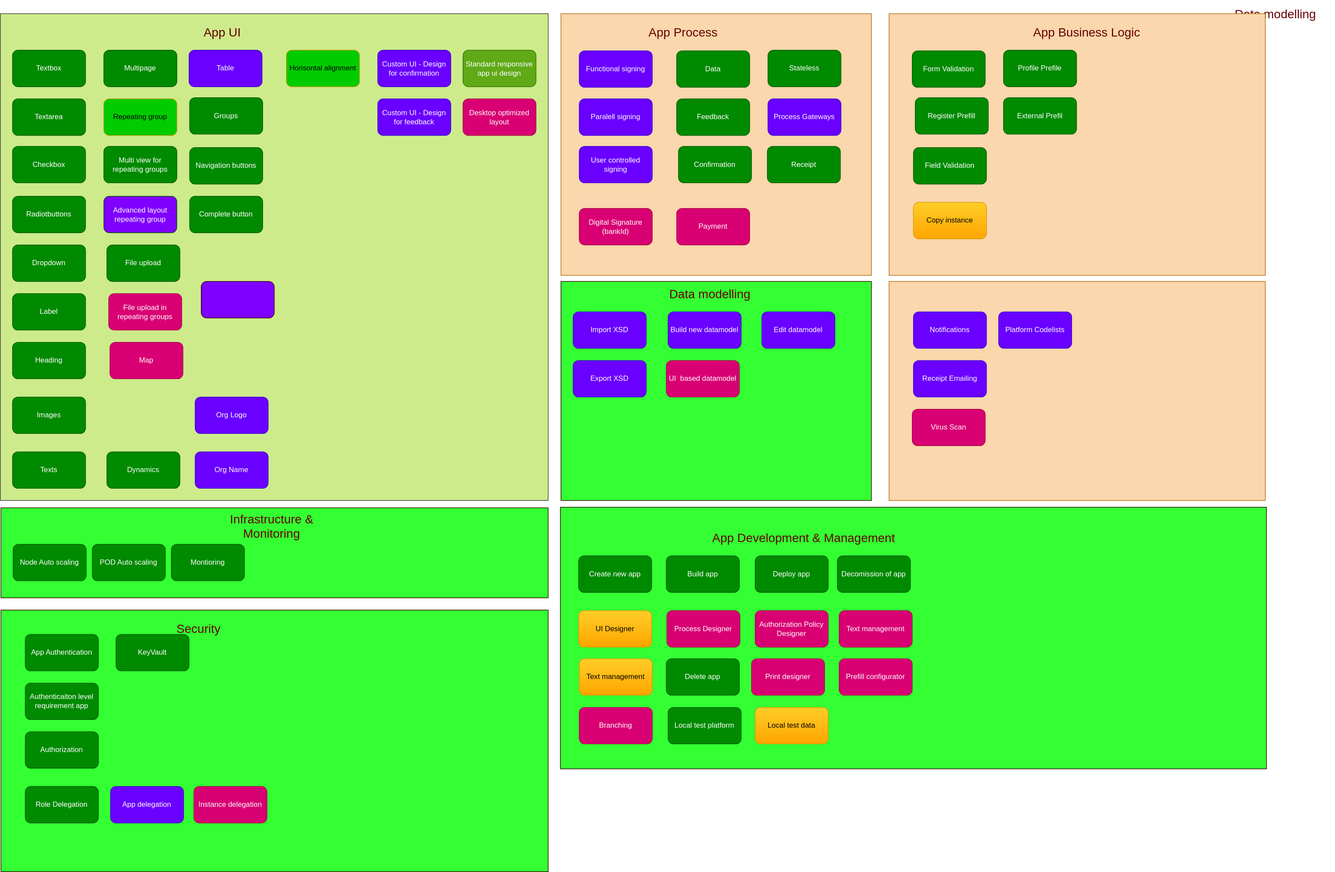
This is content/community/roadmap/productfeatures.drawio.svg from Altinn/altinn-studio-docs, a draw.io export, as it was before one commit. Source tidied: cells renumbered, new cells last; positions are measured from the earlier drawing's top-left corner, leaving out a move shared by most shapes.
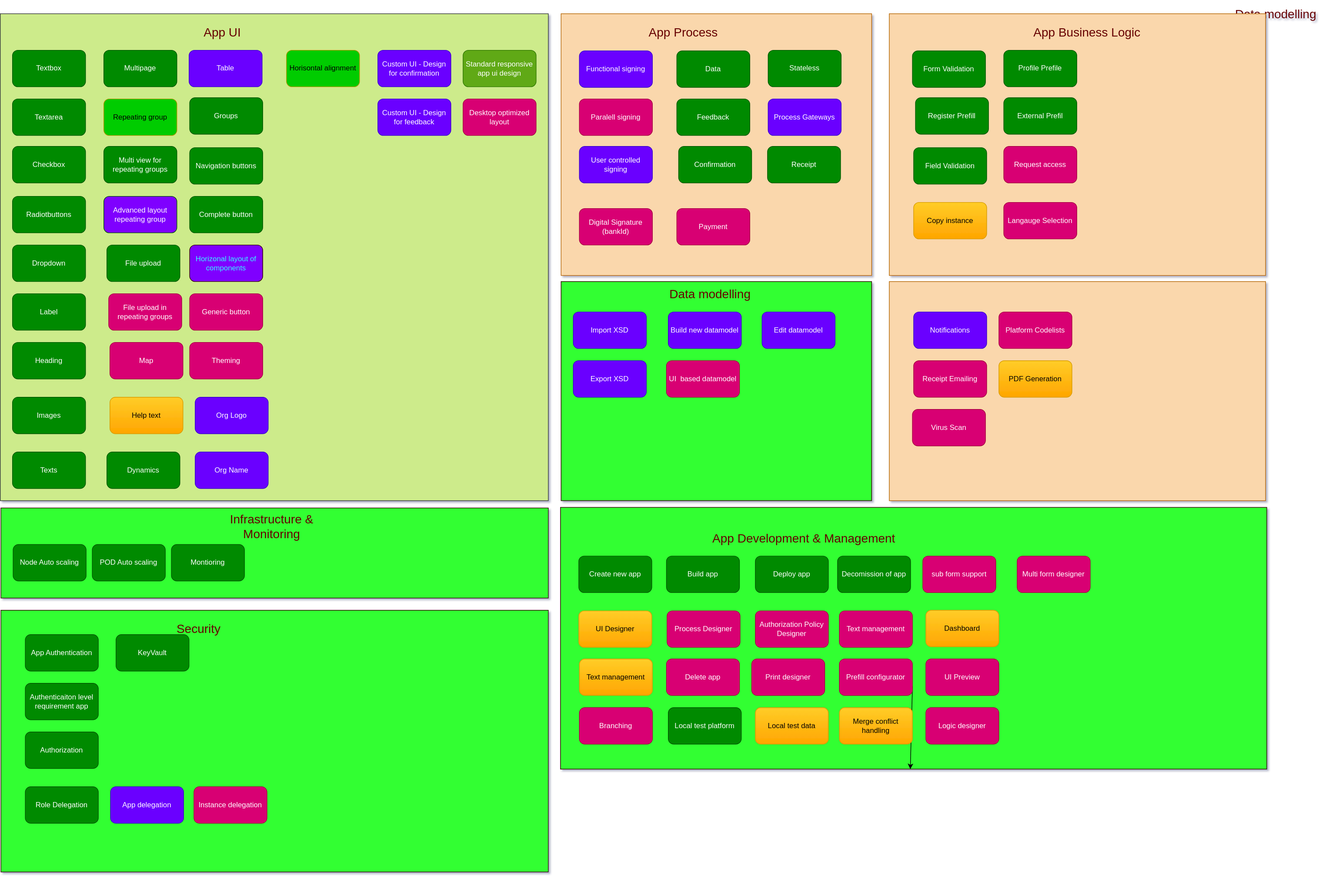
The same diagram one commit later.

Change to the diagram source:
```diff
@@ -1,4 +1,4 @@
-<mxGraphModel>
+<mxGraphModel shadow="1">
   <root>
     <mxCell id="0" />
     <mxCell id="1" parent="0" />
@@ -8,7 +8,7 @@
     <mxCell id="3" value="Functional signing" style="rounded=1;whiteSpace=wrap;html=1;fillColor=#6a00ff;strokeColor=#3700CC;fontColor=#ffffff;" parent="1" vertex="1">
       <mxGeometry x="951" y="81" width="120" height="60" as="geometry" />
     </mxCell>
-    <mxCell id="4" value="Paralell signing" style="rounded=1;whiteSpace=wrap;html=1;fillColor=#6a00ff;strokeColor=#3700CC;fontColor=#ffffff;" parent="1" vertex="1">
+    <mxCell id="4" value="Paralell signing" style="rounded=1;whiteSpace=wrap;html=1;fillColor=#d80073;strokeColor=#A50040;fontColor=#ffffff;" parent="1" vertex="1">
       <mxGeometry x="951" y="160" width="120" height="60" as="geometry" />
     </mxCell>
     <mxCell id="5" value="User controlled signing" style="rounded=1;whiteSpace=wrap;html=1;fillColor=#6a00ff;strokeColor=#3700CC;fontColor=#ffffff;" parent="1" vertex="1">
@@ -71,8 +71,8 @@
     <mxCell id="24" value="Advanced layout repeating group" style="rounded=1;whiteSpace=wrap;html=1;strokeColor=#005700;fontColor=#ffffff;fillColor=#7F00FF;" parent="1" vertex="1">
       <mxGeometry x="170" y="320" width="120" height="60" as="geometry" />
     </mxCell>
-    <mxCell id="25" style="rounded=1;whiteSpace=wrap;html=1;fontSize=12;fontColor=#33FFFF;strokeColor=#330000;strokeWidth=1;fillColor=#7F00FF;" parent="1" vertex="1">
-      <mxGeometry x="330" y="460" width="120" height="60" as="geometry" />
+    <mxCell id="25" value="Horizonal layout of components" style="rounded=1;whiteSpace=wrap;html=1;fontSize=12;fontColor=#33FFFF;strokeColor=#330000;strokeWidth=1;fillColor=#7F00FF;" parent="1" vertex="1">
+      <mxGeometry x="311" y="400" width="120" height="60" as="geometry" />
     </mxCell>
     <mxCell id="26" value="File upload in repeating groups" style="rounded=1;whiteSpace=wrap;html=1;fontSize=12;fontColor=#ffffff;strokeColor=#A50040;strokeWidth=1;fillColor=#d80073;" parent="1" vertex="1">
       <mxGeometry x="178" y="480" width="120" height="60" as="geometry" />
@@ -233,7 +233,7 @@
     <mxCell id="78" value="Notifications" style="rounded=1;whiteSpace=wrap;html=1;fillColor=#6a00ff;strokeColor=#3700CC;fontColor=#ffffff;" parent="1" vertex="1">
       <mxGeometry x="1500" y="510" width="120" height="60" as="geometry" />
     </mxCell>
-    <mxCell id="79" value="Receipt Emailing" style="rounded=1;whiteSpace=wrap;html=1;fillColor=#6a00ff;strokeColor=#3700CC;fontColor=#ffffff;" parent="1" vertex="1">
+    <mxCell id="79" value="Receipt Emailing" style="rounded=1;whiteSpace=wrap;html=1;fillColor=#d80073;strokeColor=#A50040;fontColor=#ffffff;" parent="1" vertex="1">
       <mxGeometry x="1500" y="590" width="120" height="60" as="geometry" />
     </mxCell>
     <mxCell id="80" value="Receipt" style="rounded=1;whiteSpace=wrap;html=1;fillColor=#008a00;strokeColor=#005700;fontColor=#ffffff;" parent="1" vertex="1">
@@ -254,7 +254,7 @@
     <mxCell id="85" value="Profile Prefile" style="rounded=1;whiteSpace=wrap;html=1;fillColor=#008a00;strokeColor=#005700;fontColor=#ffffff;" parent="1" vertex="1">
       <mxGeometry x="1648" y="80" width="120" height="60" as="geometry" />
     </mxCell>
-    <mxCell id="86" value="Platform Codelists" style="rounded=1;whiteSpace=wrap;html=1;fillColor=#6a00ff;strokeColor=#3700CC;fontColor=#ffffff;" parent="1" vertex="1">
+    <mxCell id="86" value="Platform Codelists" style="rounded=1;whiteSpace=wrap;html=1;fillColor=#d80073;strokeColor=#A50040;fontColor=#ffffff;" parent="1" vertex="1">
       <mxGeometry x="1640" y="510" width="120" height="60" as="geometry" />
     </mxCell>
     <mxCell id="87" value="KeyVault" style="rounded=1;whiteSpace=wrap;html=1;fillColor=#008a00;strokeColor=#005700;fontColor=#ffffff;" parent="1" vertex="1">
@@ -266,12 +266,15 @@
     <mxCell id="89" value="Text management" style="rounded=1;whiteSpace=wrap;html=1;fillColor=#ffcd28;strokeColor=#d79b00;gradientColor=#ffa500;" parent="1" vertex="1">
       <mxGeometry x="951" y="1080" width="120" height="60" as="geometry" />
     </mxCell>
-    <mxCell id="90" value="Delete app" style="rounded=1;whiteSpace=wrap;html=1;fillColor=#008a00;strokeColor=#005700;fontColor=#ffffff;" parent="1" vertex="1">
+    <mxCell id="90" value="Delete app" style="rounded=1;whiteSpace=wrap;html=1;fillColor=#d80073;strokeColor=#A50040;fontColor=#ffffff;" parent="1" vertex="1">
       <mxGeometry x="1094" y="1080" width="120" height="60" as="geometry" />
     </mxCell>
     <mxCell id="91" value="Print designer" style="rounded=1;whiteSpace=wrap;html=1;fillColor=#d80073;strokeColor=#A50040;fontColor=#ffffff;" parent="1" vertex="1">
       <mxGeometry x="1234" y="1080" width="120" height="60" as="geometry" />
     </mxCell>
+    <mxCell id="98" style="edgeStyle=none;html=1;exitX=1;exitY=0.75;exitDx=0;exitDy=0;" parent="1" edge="1" source="92" target="36">
+      <mxGeometry relative="1" as="geometry" />
+    </mxCell>
     <mxCell id="92" value="Prefill configurator" style="rounded=1;whiteSpace=wrap;html=1;fillColor=#d80073;strokeColor=#A50040;fontColor=#ffffff;" parent="1" vertex="1">
       <mxGeometry x="1378" y="1080" width="120" height="60" as="geometry" />
     </mxCell>
@@ -290,5 +293,41 @@
     <mxCell id="97" value="Local test data" style="rounded=1;whiteSpace=wrap;html=1;fillColor=#ffcd28;strokeColor=#d79b00;gradientColor=#ffa500;" parent="1" vertex="1">
       <mxGeometry x="1240" y="1160" width="120" height="60" as="geometry" />
     </mxCell>
+    <mxCell id="99" value="Merge conflict handling" style="rounded=1;whiteSpace=wrap;html=1;fillColor=#ffcd28;strokeColor=#d79b00;gradientColor=#ffa500;" parent="1" vertex="1">
+      <mxGeometry x="1378" y="1160" width="120" height="60" as="geometry" />
+    </mxCell>
+    <mxCell id="100" value="sub form support" style="rounded=1;whiteSpace=wrap;html=1;fillColor=#d80073;strokeColor=#A50040;fontColor=#ffffff;" parent="1" vertex="1">
+      <mxGeometry x="1515" y="911" width="120" height="60" as="geometry" />
+    </mxCell>
+    <mxCell id="101" value="PDF Generation" style="rounded=1;whiteSpace=wrap;html=1;fillColor=#ffcd28;strokeColor=#d79b00;gradientColor=#ffa500;" parent="1" vertex="1">
+      <mxGeometry x="1640" y="590" width="120" height="60" as="geometry" />
+    </mxCell>
+    <mxCell id="102" value="Dashboard" style="rounded=1;whiteSpace=wrap;html=1;fillColor=#ffcd28;strokeColor=#d79b00;gradientColor=#ffa500;" parent="1" vertex="1">
+      <mxGeometry x="1520" y="1000" width="120" height="60" as="geometry" />
+    </mxCell>
+    <mxCell id="103" value="Generic button" style="rounded=1;whiteSpace=wrap;html=1;fillColor=#d80073;strokeColor=#A50040;fontColor=#ffffff;" parent="1" vertex="1">
+      <mxGeometry x="311" y="480" width="120" height="60" as="geometry" />
+    </mxCell>
+    <mxCell id="104" value="UI Preview" style="rounded=1;whiteSpace=wrap;html=1;fillColor=#d80073;strokeColor=#A50040;fontColor=#ffffff;" parent="1" vertex="1">
+      <mxGeometry x="1520" y="1080" width="120" height="60" as="geometry" />
+    </mxCell>
+    <mxCell id="105" value="Logic designer" style="rounded=1;whiteSpace=wrap;html=1;fillColor=#d80073;strokeColor=#A50040;fontColor=#ffffff;" parent="1" vertex="1">
+      <mxGeometry x="1520" y="1160" width="120" height="60" as="geometry" />
+    </mxCell>
+    <mxCell id="106" value="Help text" style="rounded=1;whiteSpace=wrap;html=1;fillColor=#ffcd28;strokeColor=#d79b00;gradientColor=#ffa500;" parent="1" vertex="1">
+      <mxGeometry x="180" y="650" width="120" height="60" as="geometry" />
+    </mxCell>
+    <mxCell id="107" value="Request access" style="rounded=1;whiteSpace=wrap;html=1;fillColor=#d80073;strokeColor=#A50040;fontColor=#ffffff;" parent="1" vertex="1">
+      <mxGeometry x="1648" y="238" width="120" height="60" as="geometry" />
+    </mxCell>
+    <mxCell id="108" value="Langauge Selection" style="rounded=1;whiteSpace=wrap;html=1;fillColor=#d80073;strokeColor=#A50040;fontColor=#ffffff;" parent="1" vertex="1">
+      <mxGeometry x="1648" y="330" width="120" height="60" as="geometry" />
+    </mxCell>
+    <mxCell id="109" value="Multi form designer" style="rounded=1;whiteSpace=wrap;html=1;fillColor=#d80073;strokeColor=#A50040;fontColor=#ffffff;" parent="1" vertex="1">
+      <mxGeometry x="1670" y="911" width="120" height="60" as="geometry" />
+    </mxCell>
+    <mxCell id="110" value="Theming" style="rounded=1;whiteSpace=wrap;html=1;fontSize=12;fontColor=#ffffff;strokeColor=#A50040;strokeWidth=1;fillColor=#d80073;" parent="1" vertex="1">
+      <mxGeometry x="311" y="560" width="120" height="60" as="geometry" />
+    </mxCell>
   </root>
 </mxGraphModel>
```
